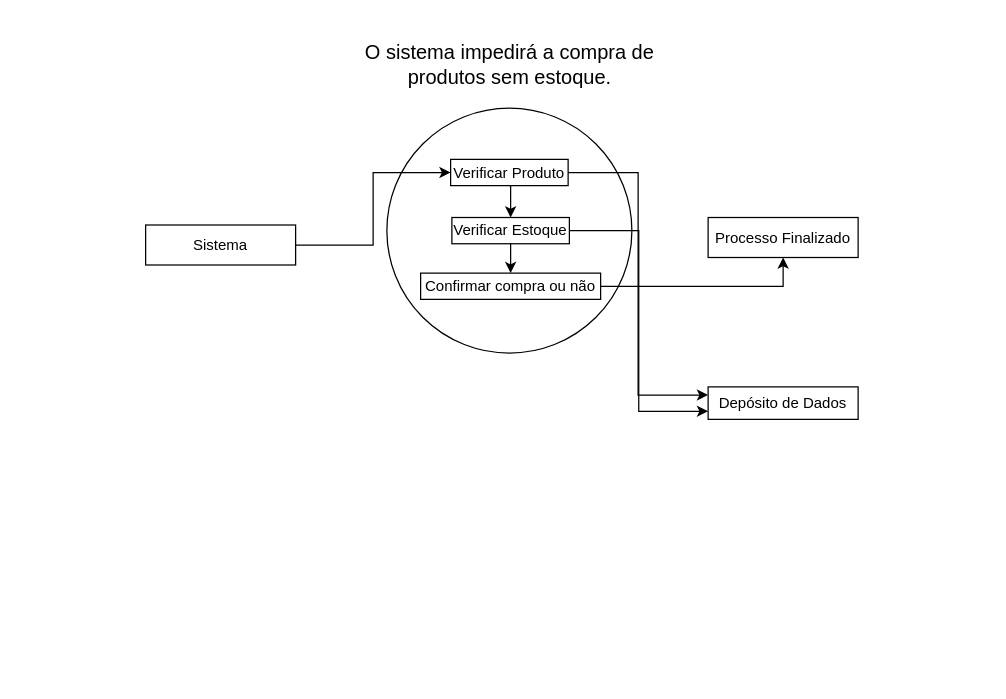
Above: page "Página-4" (4 of 15) of diagramas.drawio.xml in JoaoRibeiro-V/BazarOnline (draw.io), before the change. Source tidied: cells renumbered, new cells numbered last; positions are measured from the earlier drawing's top-left corner, leaving out a move shared by most shapes. Both pictures are drawn from the tidied source at 125%, with x=0, y=0 at pixel (145, 45).
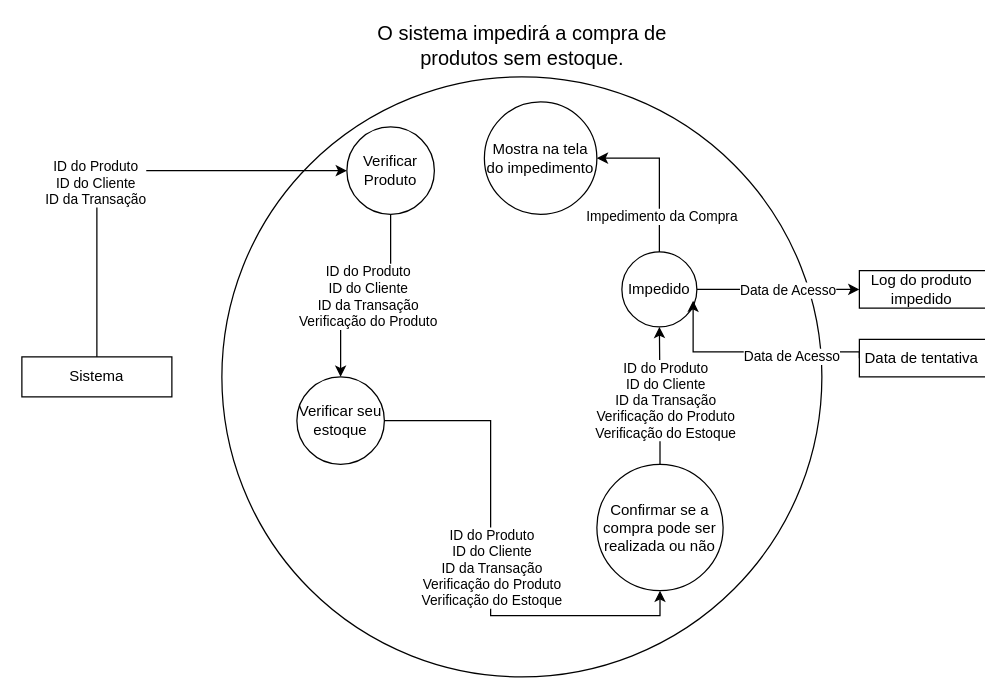
After the change.

The edit, as a diff of the source:
```diff
@@
     <mxCell id="2" style="ellipse;whiteSpace=wrap;html=1;" parent="1" vertex="1">
-      <mxGeometry x="193" y="50" width="196" height="196" as="geometry" />
+      <mxGeometry x="61" y="25" width="480" height="480" as="geometry" />
     </mxCell>
-    <mxCell id="3" style="edgeStyle=orthogonalEdgeStyle;rounded=0;jettySize=auto;html=1;exitX=1;exitY=0.5;exitDx=0;exitDy=0;entryX=0;entryY=0.5;entryDx=0;entryDy=0;" parent="1" edge="1" source="4" target="8">
+    <mxCell id="3" style="edgeStyle=orthogonalEdgeStyle;rounded=0;jettySize=auto;html=1;exitX=0.5;exitY=0;exitDx=0;exitDy=0;entryX=0;entryY=0.5;entryDx=0;entryDy=0;" parent="1" edge="1" source="4" target="8">
       <mxGeometry relative="1" as="geometry" />
     </mxCell>
+    <mxCell id="16" value="ID do Produto&lt;div&gt;ID do Cliente&lt;/div&gt;&lt;div&gt;ID da Transação&lt;/div&gt;" style="edgeLabel;html=1;align=center;verticalAlign=middle;" parent="3" vertex="1">
+      <mxGeometry x="-0.2" relative="1" as="geometry">
+        <mxPoint x="-2" as="offset" />
+      </mxGeometry>
+    </mxCell>
     <mxCell id="4" value="Sistema" style="rounded=0;whiteSpace=wrap;html=1;" parent="1" vertex="1">
-      <mxGeometry y="143.5" width="120" height="32" as="geometry" />
+      <mxGeometry x="-99" y="249" width="120" height="32" as="geometry" />
     </mxCell>
     <mxCell id="5" value="O sistema impedirá a compra de produtos sem estoque." style="text;html=1;align=center;verticalAlign=middle;whiteSpace=wrap;rounded=0;fontSize=16;" parent="1" vertex="1">
-      <mxGeometry x="170.5" width="241" height="30" as="geometry" />
+      <mxGeometry x="180.5" y="-15" width="241" height="30" as="geometry" />
     </mxCell>
-    <mxCell id="6" style="edgeStyle=orthogonalEdgeStyle;rounded=0;jettySize=auto;html=1;exitX=0.5;exitY=1;exitDx=0;exitDy=0;entryX=0.5;entryY=0;entryDx=0;entryDy=0;" parent="1" edge="1" source="8" target="11">
-      <mxGeometry relative="1" as="geometry" />
-    </mxCell>
-    <mxCell id="7" style="edgeStyle=orthogonalEdgeStyle;rounded=0;jettySize=auto;html=1;exitX=1;exitY=0.5;exitDx=0;exitDy=0;entryX=0;entryY=0.25;entryDx=0;entryDy=0;" parent="1" edge="1" source="8" target="15">
-      <mxGeometry relative="1" as="geometry" />
-    </mxCell>
+    <mxCell id="17" style="edgeStyle=orthogonalEdgeStyle;rounded=0;jettySize=auto;html=1;exitX=0.5;exitY=0;exitDx=0;exitDy=0;entryX=0.5;entryY=1;entryDx=0;entryDy=0;" parent="1" edge="1" source="19" target="29">
+      <mxGeometry relative="1" as="geometry" />
+    </mxCell>
+    <mxCell id="18" value="ID do Produto&lt;div&gt;ID do Cliente&lt;/div&gt;&lt;div&gt;ID da Transação&lt;/div&gt;&lt;div&gt;Verificação do Produto&lt;/div&gt;&lt;div&gt;Verificação do Estoque&lt;/div&gt;" style="edgeLabel;html=1;align=center;verticalAlign=middle;" parent="17" vertex="1">
+      <mxGeometry x="-0.06" y="-4" relative="1" as="geometry" />
+    </mxCell>
+    <mxCell id="19" value="Confirmar se a compra pode ser realizada ou não" style="shape=ellipse;html=1;dashed=0;whiteSpace=wrap;perimeter=ellipsePerimeter;" parent="1" vertex="1">
+      <mxGeometry x="361" y="335" width="101" height="101" as="geometry" />
+    </mxCell>
+    <mxCell id="20" style="edgeStyle=orthogonalEdgeStyle;rounded=0;jettySize=auto;html=1;exitX=1;exitY=0.5;exitDx=0;exitDy=0;entryX=0.5;entryY=1;entryDx=0;entryDy=0;" parent="1" edge="1" source="22" target="19">
+      <mxGeometry relative="1" as="geometry" />
+    </mxCell>
+    <mxCell id="21" value="ID do Produto&lt;div&gt;ID do Cliente&lt;/div&gt;&lt;div&gt;ID da Transação&lt;/div&gt;&lt;div&gt;Verificação do Produto&lt;/div&gt;&lt;div&gt;Verificação do Estoque&lt;/div&gt;" style="edgeLabel;html=1;align=center;verticalAlign=middle;" parent="20" vertex="1">
+      <mxGeometry x="0.02" relative="1" as="geometry" />
+    </mxCell>
+    <mxCell id="22" value="Verificar seu estoque" style="shape=ellipse;html=1;dashed=0;whiteSpace=wrap;perimeter=ellipsePerimeter;" parent="1" vertex="1">
+      <mxGeometry x="121" y="265" width="70" height="70" as="geometry" />
+    </mxCell>
+    <mxCell id="23" style="edgeStyle=orthogonalEdgeStyle;rounded=0;jettySize=auto;html=1;exitX=0.5;exitY=1;exitDx=0;exitDy=0;entryX=0.5;entryY=0;entryDx=0;entryDy=0;" parent="1" edge="1" source="8" target="22">
+      <mxGeometry relative="1" as="geometry" />
+    </mxCell>
+    <mxCell id="24" value="ID do Produto&lt;div&gt;ID do Cliente&lt;/div&gt;&lt;div&gt;ID da Transação&lt;/div&gt;&lt;div&gt;Verificação do Produto&lt;/div&gt;" style="edgeLabel;html=1;align=center;verticalAlign=middle;" parent="23" vertex="1">
+      <mxGeometry x="-0.01" relative="1" as="geometry" />
+    </mxCell>
-    <mxCell id="8" value="Verificar Produto" style="rounded=0;whiteSpace=wrap;html=1;" parent="1" vertex="1">
-      <mxGeometry x="244" y="91" width="94" height="21" as="geometry" />
+    <mxCell id="8" value="Verificar Produto" style="shape=ellipse;html=1;dashed=0;whiteSpace=wrap;perimeter=ellipsePerimeter;" parent="1" vertex="1">
+      <mxGeometry x="161" y="65" width="70" height="70" as="geometry" />
     </mxCell>
-    <mxCell id="9" style="edgeStyle=orthogonalEdgeStyle;rounded=0;jettySize=auto;html=1;exitX=0.5;exitY=1;exitDx=0;exitDy=0;" parent="1" edge="1" source="11" target="13">
-      <mxGeometry relative="1" as="geometry" />
-    </mxCell>
-    <mxCell id="10" style="edgeStyle=orthogonalEdgeStyle;rounded=0;jettySize=auto;html=1;exitX=1;exitY=0.5;exitDx=0;exitDy=0;entryX=0;entryY=0.75;entryDx=0;entryDy=0;" parent="1" edge="1" source="11" target="15">
-      <mxGeometry relative="1" as="geometry" />
-    </mxCell>
-    <mxCell id="11" value="Verificar Estoque" style="rounded=0;whiteSpace=wrap;html=1;" parent="1" vertex="1">
-      <mxGeometry x="245" y="137.5" width="94" height="21" as="geometry" />
-    </mxCell>
-    <mxCell id="12" style="edgeStyle=orthogonalEdgeStyle;rounded=0;jettySize=auto;html=1;exitX=1;exitY=0.5;exitDx=0;exitDy=0;entryX=0.5;entryY=1;entryDx=0;entryDy=0;" parent="1" edge="1" source="13" target="14">
-      <mxGeometry relative="1" as="geometry" />
-    </mxCell>
-    <mxCell id="13" value="Confirmar compra ou não" style="rounded=0;whiteSpace=wrap;html=1;" parent="1" vertex="1">
-      <mxGeometry x="220" y="182" width="144" height="21" as="geometry" />
-    </mxCell>
-    <mxCell id="14" value="Processo Finalizado" style="rounded=0;whiteSpace=wrap;html=1;" parent="1" vertex="1">
-      <mxGeometry x="450" y="137.5" width="120" height="32" as="geometry" />
-    </mxCell>
-    <mxCell id="15" value="Depósito de Dados" style="rounded=0;whiteSpace=wrap;html=1;" parent="1" vertex="1">
-      <mxGeometry x="450" y="273" width="120" height="26" as="geometry" />
-    </mxCell>
+    <mxCell id="25" style="edgeStyle=orthogonalEdgeStyle;rounded=0;jettySize=auto;html=1;exitX=1;exitY=0.5;exitDx=0;exitDy=0;entryX=0;entryY=0.5;entryDx=0;entryDy=0;" parent="1" edge="1" source="29" target="30">
+      <mxGeometry relative="1" as="geometry" />
+    </mxCell>
+    <mxCell id="26" value="Data de Acesso" style="edgeLabel;html=1;align=center;verticalAlign=middle;" parent="25" vertex="1">
+      <mxGeometry x="0.12" relative="1" as="geometry">
+        <mxPoint x="-1" as="offset" />
+      </mxGeometry>
+    </mxCell>
+    <mxCell id="27" style="edgeStyle=orthogonalEdgeStyle;rounded=0;jettySize=auto;html=1;exitX=0.5;exitY=0;exitDx=0;exitDy=0;entryX=1;entryY=0.5;entryDx=0;entryDy=0;" parent="1" edge="1" source="29" target="31">
+      <mxGeometry relative="1" as="geometry" />
+    </mxCell>
+    <mxCell id="28" value="Impedimento da Compra" style="edgeLabel;html=1;align=center;verticalAlign=middle;" parent="27" vertex="1">
+      <mxGeometry x="-0.21" y="1" relative="1" as="geometry">
+        <mxPoint x="2" y="20" as="offset" />
+      </mxGeometry>
+    </mxCell>
+    <mxCell id="29" value="Impedido" style="shape=ellipse;html=1;dashed=0;whiteSpace=wrap;perimeter=ellipsePerimeter;" parent="1" vertex="1">
+      <mxGeometry x="381" y="165" width="60" height="60" as="geometry" />
+    </mxCell>
+    <mxCell id="30" value="Log do produto impedido" style="html=1;dashed=0;whiteSpace=wrap;shape=partialRectangle;right=0;" parent="1" vertex="1">
+      <mxGeometry x="571" y="180" width="100" height="30" as="geometry" />
+    </mxCell>
+    <mxCell id="31" value="Mostra na tela do impedimento" style="shape=ellipse;html=1;dashed=0;whiteSpace=wrap;perimeter=ellipsePerimeter;" parent="1" vertex="1">
+      <mxGeometry x="271" y="45" width="90" height="90" as="geometry" />
+    </mxCell>
+    <mxCell id="32" value="Data de tentativa" style="html=1;dashed=0;whiteSpace=wrap;shape=partialRectangle;right=0;" parent="1" vertex="1">
+      <mxGeometry x="571" y="235" width="100" height="30" as="geometry" />
+    </mxCell>
+    <mxCell id="33" style="edgeStyle=orthogonalEdgeStyle;rounded=0;jettySize=auto;html=1;exitX=0;exitY=0.5;exitDx=0;exitDy=0;entryX=0.95;entryY=0.65;entryDx=0;entryDy=0;entryPerimeter=0;" parent="1" edge="1" source="32" target="29">
+      <mxGeometry relative="1" as="geometry">
+        <Array as="points">
+          <mxPoint x="571" y="245" />
+          <mxPoint x="438" y="245" />
+        </Array>
+      </mxGeometry>
+    </mxCell>
+    <mxCell id="34" value="Data de Acesso" style="edgeLabel;html=1;align=center;verticalAlign=middle;" parent="33" vertex="1">
+      <mxGeometry x="-0.33" y="3" relative="1" as="geometry" />
+    </mxCell>
```
